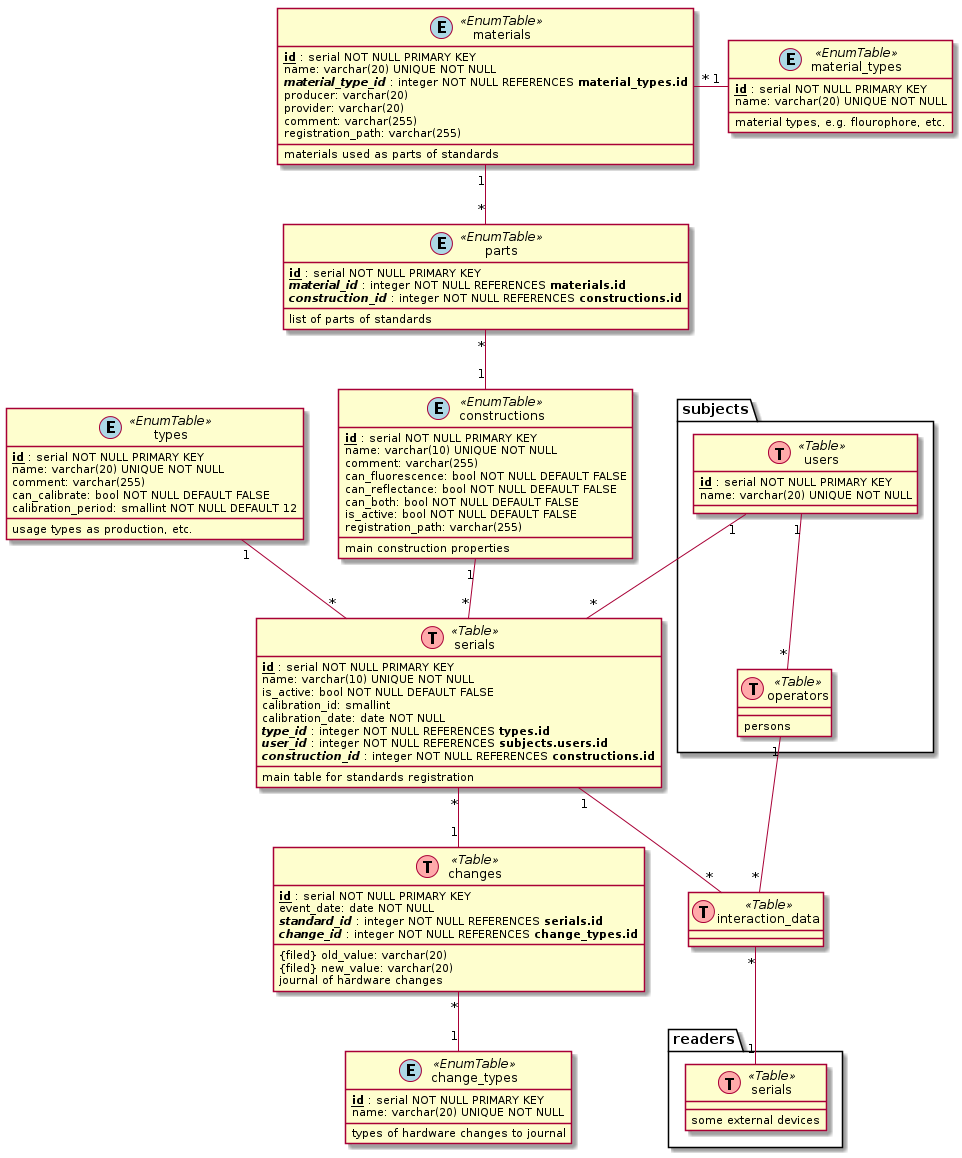
Earlier version of the PlantUML export database_example/standards_schema.png (FooBarShebang/plant_uml). Source of this version:
```plantuml
@startuml





















class change_types <<(E, lightblue) EnumTable>> {
    {field} <u><b>id</b></u> : serial NOT NULL PRIMARY KEY
    {field} name: varchar(20) UNIQUE NOT NULL
        {method} types of hardware changes to journal
}



class changes <<(T,#FFAAAA) Table>> {
    {field} <u><b>id</b></u> : serial NOT NULL PRIMARY KEY
    event_date: date NOT NULL
    {field} <i><b>standard_id</b></i> : integer NOT NULL REFERENCES <b>serials.id</b>
    {field} <i><b>change_id</b></i> : integer NOT NULL REFERENCES <b>change_types.id</b>
        {filed} old_value: varchar(20)
        {filed} new_value: varchar(20)
        {method} journal of hardware changes
}

change_types "1" -u- "*" changes



class material_types <<(E, lightblue) EnumTable>> {
    {field} <u><b>id</b></u> : serial NOT NULL PRIMARY KEY
    {field} name: varchar(20) UNIQUE NOT NULL
        {method} material types, e.g. flourophore, etc.
}



class materials <<(E, lightblue) EnumTable>> {
    {field} <u><b>id</b></u> : serial NOT NULL PRIMARY KEY
    {field} name: varchar(20) UNIQUE NOT NULL
    {field} <i><b>material_type_id</b></i> : integer NOT NULL REFERENCES <b>material_types.id</b>
        {field} producer: varchar(20)
        {field} provider: varchar(20)
        {field} comment: varchar(255)
        {field} registration_path: varchar(255)
        {method} materials used as parts of standards
}

material_types "1" -l- "*" materials



class parts <<(E, lightblue) EnumTable>> {
    {field} <u><b>id</b></u> : serial NOT NULL PRIMARY KEY
    {field} <i><b>material_id</b></i> : integer NOT NULL REFERENCES <b>materials.id</b>
    {field} <i><b>construction_id</b></i> : integer NOT NULL REFERENCES <b>constructions.id</b>
        {method} list of parts of standards
}

materials "1" -d- "*" parts



class types <<(E, lightblue) EnumTable>> {
    {field} <u><b>id</b></u> : serial NOT NULL PRIMARY KEY
    {field} name: varchar(20) UNIQUE NOT NULL
        {field} comment: varchar(255)
        can_calibrate: bool NOT NULL DEFAULT FALSE
        calibration_period: smallint NOT NULL DEFAULT 12
        {method} usage types as production, etc.
}



class constructions <<(E, lightblue) EnumTable>> {
    {field} <u><b>id</b></u> : serial NOT NULL PRIMARY KEY
    {field} name: varchar(10) UNIQUE NOT NULL
        {field} comment: varchar(255)
        can_fluorescence: bool NOT NULL DEFAULT FALSE
        can_reflectance: bool NOT NULL DEFAULT FALSE
        can_both: bool NOT NULL DEFAULT FALSE
        is_active: bool NOT NULL DEFAULT FALSE
        {field} registration_path: varchar(255)
        {method} main construction properties
}



class serials <<(T,#FFAAAA) Table>> {
    {field} <u><b>id</b></u> : serial NOT NULL PRIMARY KEY
    {field} name: varchar(10) UNIQUE NOT NULL
        is_active: bool NOT NULL DEFAULT FALSE
        calibration_id: smallint
        calibration_date: date NOT NULL
    {field} <i><b>type_id</b></i> : integer NOT NULL REFERENCES <b>types.id</b>
    {field} <i><b>user_id</b></i> : integer NOT NULL REFERENCES <b>subjects.users.id</b>
    {field} <i><b>construction_id</b></i> : integer NOT NULL REFERENCES <b>constructions.id</b>
        {method} main table for standards registration
}

constructions "1" -u- "*" parts

changes "1" -u- "*" serials

types "1" -d- "*" serials

constructions "1" -d- "*" serials

namespace subjects {



class users <<(T,#FFAAAA) Table>> {
    {field} <u><b>id</b></u> : serial NOT NULL PRIMARY KEY
    {field} name: varchar(20) UNIQUE NOT NULL
}

    class operators <<(T,#FFAAAA) Table>> {
    __
    persons
    }

    users "1" -d- "*" operators

}

subjects.users "1" -d- "*" serials

class interaction_data <<(T,#FFAAAA) Table>>

serials "1" -d- "*" interaction_data

subjects.operators "1" -d- "*" interaction_data

namespace readers {
    class serials <<(T,#FFAAAA) Table>> {
    __
    some external devices
    }
}

readers.serials "1" -u- "*" interaction_data


@enduml
```
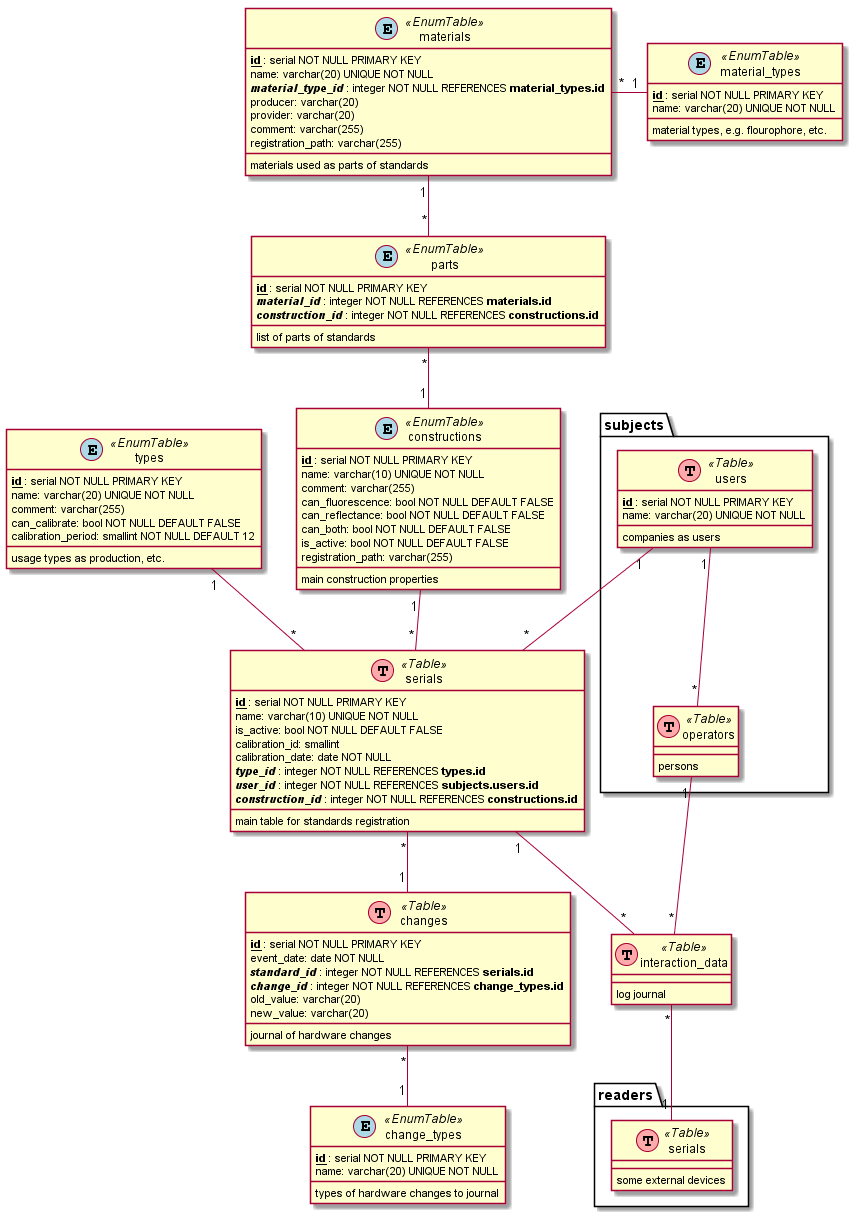
The same diagram one commit later.

The edit, as a diff of the source:
```diff
@@ -1,4 +1,13 @@
 @startuml
+
+
+
+
+
+
+
+
+
 
 
 
@@ -33,8 +42,8 @@
     event_date: date NOT NULL
     {field} <i><b>standard_id</b></i> : integer NOT NULL REFERENCES <b>serials.id</b>
     {field} <i><b>change_id</b></i> : integer NOT NULL REFERENCES <b>change_types.id</b>
-        {filed} old_value: varchar(20)
-        {filed} new_value: varchar(20)
+        {field} old_value: varchar(20)
+        {field} new_value: varchar(20)
         {method} journal of hardware changes
 }
 
@@ -67,8 +76,8 @@
 
 class parts <<(E, lightblue) EnumTable>> {
     {field} <u><b>id</b></u> : serial NOT NULL PRIMARY KEY
-    {field} <i><b>material_id</b></i> : integer NOT NULL REFERENCES <b>materials.id</b>
-    {field} <i><b>construction_id</b></i> : integer NOT NULL REFERENCES <b>constructions.id</b>
+    {field} {field} <i><b>material_id</b></i> : integer NOT NULL REFERENCES <b>materials.id</b>
+    {field} {field} <i><b>construction_id</b></i> : integer NOT NULL REFERENCES <b>constructions.id</b>
         {method} list of parts of standards
 }
 
@@ -130,9 +139,10 @@
     {field} name: varchar(20) UNIQUE NOT NULL
 }
 
+    users : {method} companies as users
+
     class operators <<(T,#FFAAAA) Table>> {
-    __
-    persons
+    {method} persons
     }
 
     users "1" -d- "*" operators
@@ -141,7 +151,9 @@
 
 subjects.users "1" -d- "*" serials
 
-class interaction_data <<(T,#FFAAAA) Table>>
+class interaction_data <<(T,#FFAAAA) Table>> {
+    {method} log journal
+}
 
 serials "1" -d- "*" interaction_data
 
@@ -149,8 +161,7 @@
 
 namespace readers {
     class serials <<(T,#FFAAAA) Table>> {
-    __
-    some external devices
+    {method} some external devices
     }
 }
 
```
